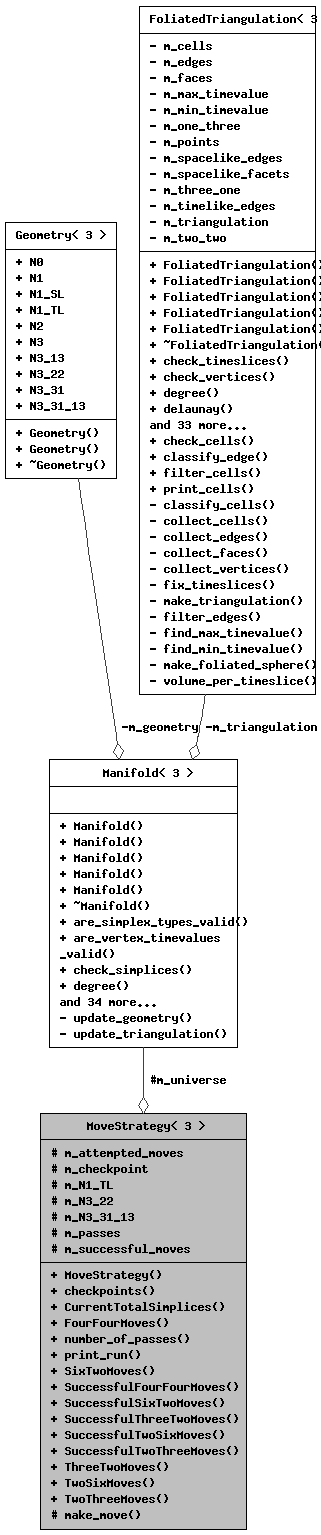
acgetchell/CDT-plusplus keeps this Graphviz diagram as class_move_strategy_3_013_01_4__coll__graph.png. Above is the earlier version. Its source is kept beside it as class_move_strategy_3_013_01_4__coll__graph.dot.
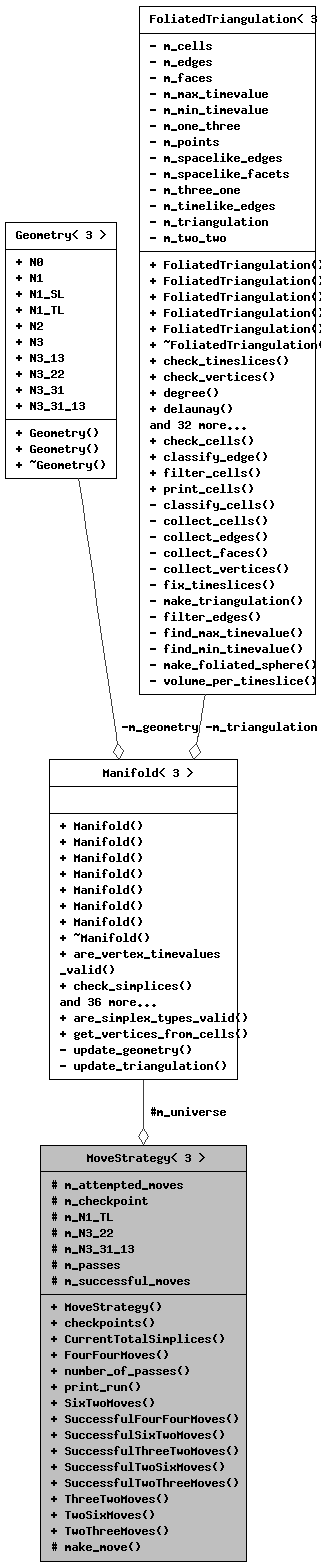
The same diagram one commit later.

Change to the diagram source:
```diff
@@ -4,9 +4,9 @@
   node [fontname="Helvetica",fontsize="10",shape=record];
   Node1 [label="{MoveStrategy\< 3 \>\n|# m_attempted_moves\l# m_checkpoint\l# m_N1_TL\l# m_N3_22\l# m_N3_31_13\l# m_passes\l# m_successful_moves\l|+ MoveStrategy()\l+ checkpoints()\l+ CurrentTotalSimplices()\l+ FourFourMoves()\l+ number_of_passes()\l+ print_run()\l+ SixTwoMoves()\l+ SuccessfulFourFourMoves()\l+ SuccessfulSixTwoMoves()\l+ SuccessfulThreeTwoMoves()\l+ SuccessfulTwoSixMoves()\l+ SuccessfulTwoThreeMoves()\l+ ThreeTwoMoves()\l+ TwoSixMoves()\l+ TwoThreeMoves()\l# make_move()\l}",height=0.2,width=0.4,color="black", fillcolor="grey75", style="filled", fontcolor="black",tooltip=" "];
   Node2 -> Node1 [color="grey25",fontsize="10",style="solid",label=" #m_universe" ,arrowhead="odiamond",fontname="Helvetica"];
-  Node2 [label="{Manifold\< 3 \>\n||+ Manifold()\l+ Manifold()\l+ Manifold()\l+ Manifold()\l+ Manifold()\l+ ~Manifold()\l+ are_simplex_types_valid()\l+ are_vertex_timevalues\l_valid()\l+ check_simplices()\l+ degree()\land 34 more...\l- update_geometry()\l- update_triangulation()\l}",height=0.2,width=0.4,color="black", fillcolor="white", style="filled",URL="$class_manifold_3_013_01_4.html",tooltip="3D Manifold"];
+  Node2 [label="{Manifold\< 3 \>\n||+ Manifold()\l+ Manifold()\l+ Manifold()\l+ Manifold()\l+ Manifold()\l+ Manifold()\l+ Manifold()\l+ ~Manifold()\l+ are_vertex_timevalues\l_valid()\l+ check_simplices()\land 36 more...\l+ are_simplex_types_valid()\l+ get_vertices_from_cells()\l- update_geometry()\l- update_triangulation()\l}",height=0.2,width=0.4,color="black", fillcolor="white", style="filled",URL="$class_manifold_3_013_01_4.html",tooltip="3D Manifold"];
   Node3 -> Node2 [color="grey25",fontsize="10",style="solid",label=" -m_geometry" ,arrowhead="odiamond",fontname="Helvetica"];
   Node3 [label="{Geometry\< 3 \>\n|+ N0\l+ N1\l+ N1_SL\l+ N1_TL\l+ N2\l+ N3\l+ N3_13\l+ N3_22\l+ N3_31\l+ N3_31_13\l|+ Geometry()\l+ Geometry()\l+ ~Geometry()\l}",height=0.2,width=0.4,color="black", fillcolor="white", style="filled",URL="$struct_geometry_3_013_01_4.html",tooltip="3D Geometry"];
   Node4 -> Node2 [color="grey25",fontsize="10",style="solid",label=" -m_triangulation" ,arrowhead="odiamond",fontname="Helvetica"];
-  Node4 [label="{FoliatedTriangulation\< 3 \>\n|- m_cells\l- m_edges\l- m_faces\l- m_max_timevalue\l- m_min_timevalue\l- m_one_three\l- m_points\l- m_spacelike_edges\l- m_spacelike_facets\l- m_three_one\l- m_timelike_edges\l- m_triangulation\l- m_two_two\l|+ FoliatedTriangulation()\l+ FoliatedTriangulation()\l+ FoliatedTriangulation()\l+ FoliatedTriangulation()\l+ FoliatedTriangulation()\l+ ~FoliatedTriangulation()\l+ check_timeslices()\l+ check_vertices()\l+ degree()\l+ delaunay()\land 33 more...\l+ check_cells()\l+ classify_edge()\l+ filter_cells()\l+ print_cells()\l- classify_cells()\l- collect_cells()\l- collect_edges()\l- collect_faces()\l- collect_vertices()\l- fix_timeslices()\l- make_triangulation()\l- filter_edges()\l- find_max_timevalue()\l- find_min_timevalue()\l- make_foliated_sphere()\l- volume_per_timeslice()\l}",height=0.2,width=0.4,color="black", fillcolor="white", style="filled",URL="$class_foliated_triangulation_3_013_01_4.html",tooltip="3D Triangulation"];
+  Node4 [label="{FoliatedTriangulation\< 3 \>\n|- m_cells\l- m_edges\l- m_faces\l- m_max_timevalue\l- m_min_timevalue\l- m_one_three\l- m_points\l- m_spacelike_edges\l- m_spacelike_facets\l- m_three_one\l- m_timelike_edges\l- m_triangulation\l- m_two_two\l|+ FoliatedTriangulation()\l+ FoliatedTriangulation()\l+ FoliatedTriangulation()\l+ FoliatedTriangulation()\l+ FoliatedTriangulation()\l+ ~FoliatedTriangulation()\l+ check_timeslices()\l+ check_vertices()\l+ degree()\l+ delaunay()\land 32 more...\l+ check_cells()\l+ classify_edge()\l+ filter_cells()\l+ print_cells()\l- classify_cells()\l- collect_cells()\l- collect_edges()\l- collect_faces()\l- collect_vertices()\l- fix_timeslices()\l- make_triangulation()\l- filter_edges()\l- find_max_timevalue()\l- find_min_timevalue()\l- make_foliated_sphere()\l- volume_per_timeslice()\l}",height=0.2,width=0.4,color="black", fillcolor="white", style="filled",URL="$class_foliated_triangulation_3_013_01_4.html",tooltip="3D Triangulation"];
 }
```
